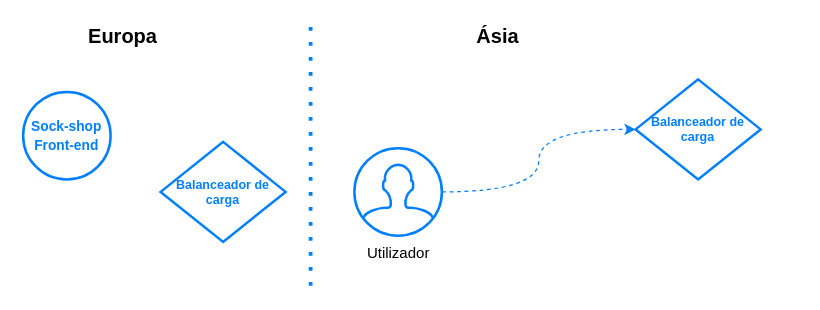
This is loadbalancer-limit.drawio from danielfct/master-thesis, a draw.io file, before an edit. Source tidied: cells renumbered, new cells numbered last; positions are measured from the earlier drawing's top-left corner, leaving out a move shared by most shapes. Both pictures are drawn from the tidied source at 125%, with x=0, y=0 at pixel (22, 22).
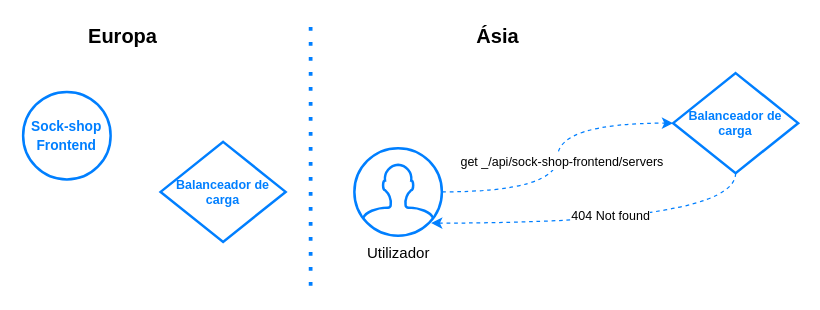
The same page after the edit.

Change to the diagram source:
```diff
@@
 <mxGraphModel>
   <root>
     <mxCell id="0" />
     <mxCell id="1" parent="0" />
     <mxCell id="2" style="endArrow=none;dashed=1;html=1;dashPattern=1 3;strokeWidth=3;strokeColor=#007FFF;" parent="1" edge="1">
       <mxGeometry relative="1" as="geometry">
         <mxPoint x="230" y="210" as="sourcePoint" />
         <mxPoint x="230" as="targetPoint" />
       </mxGeometry>
     </mxCell>
     <mxCell id="3" value="Europa" style="text;html=1;strokeColor=none;fillColor=none;align=center;verticalAlign=middle;whiteSpace=wrap;rounded=0;fontSize=16;fontStyle=1;" parent="1" vertex="1">
       <mxGeometry x="60" width="40" height="20" as="geometry" />
     </mxCell>
     <mxCell id="4" value="Ásia" style="text;html=1;strokeColor=none;fillColor=none;align=center;verticalAlign=middle;whiteSpace=wrap;rounded=0;fontStyle=1;fontSize=16;" parent="1" vertex="1">
       <mxGeometry x="360" width="40" height="20" as="geometry" />
     </mxCell>
     <mxCell id="5" style="edgeStyle=orthogonalEdgeStyle;rounded=0;jettySize=auto;html=1;curved=1;strokeColor=#007FFF;dashed=1;" parent="1" edge="1" source="6" target="7">
       <mxGeometry relative="1" as="geometry" />
     </mxCell>
+    <mxCell id="10" value="get _/api/sock-shop-frontend/servers" style="edgeLabel;html=1;align=center;verticalAlign=middle;fontSize=10;" parent="5" vertex="1">
+      <mxGeometry x="0.1" y="-7" relative="1" as="geometry">
+        <mxPoint x="-4.5" y="14.5" as="offset" />
+      </mxGeometry>
+    </mxCell>
     <mxCell id="6" value="Utilizador" style="html=1;verticalLabelPosition=bottom;align=center;labelBackgroundColor=#ffffff;verticalAlign=top;strokeWidth=2;shadow=0;dashed=0;shape=mxgraph.ios7.icons.user;strokeColor=#007FFF;" parent="1" vertex="1">
       <mxGeometry x="265" y="100" width="70" height="70" as="geometry" />
     </mxCell>
+    <mxCell id="11" style="edgeStyle=orthogonalEdgeStyle;curved=1;rounded=0;jettySize=auto;html=1;dashed=1;strokeColor=#007FFF;strokeWidth=1;fontSize=10;entryX=0.877;entryY=0.857;entryDx=0;entryDy=0;entryPerimeter=0;" parent="1" edge="1" source="7" target="6">
+      <mxGeometry relative="1" as="geometry">
+        <Array as="points">
+          <mxPoint x="570" y="160" />
+        </Array>
+      </mxGeometry>
+    </mxCell>
+    <mxCell id="12" value="404 Not found" style="edgeLabel;html=1;align=center;verticalAlign=middle;fontSize=10;" parent="11" vertex="1">
+      <mxGeometry x="-0.17" y="-6" relative="1" as="geometry">
+        <mxPoint x="-22.8" as="offset" />
+      </mxGeometry>
+    </mxCell>
     <mxCell id="7" value="&lt;b&gt;&lt;font color=&quot;#007fff&quot;&gt;Balanceador de carga&lt;/font&gt;&lt;/b&gt;" style="rhombus;whiteSpace=wrap;html=1;strokeWidth=2;fontSize=10;strokeColor=#007FFF;" parent="1" vertex="1">
-      <mxGeometry x="490" y="45" width="100" height="80" as="geometry" />
+      <mxGeometry x="520" y="40" width="100" height="80" as="geometry" />
     </mxCell>
     <mxCell id="8" value="&lt;b&gt;&lt;font color=&quot;#007fff&quot;&gt;Balanceador de carga&lt;/font&gt;&lt;/b&gt;" style="rhombus;whiteSpace=wrap;html=1;strokeWidth=2;fontSize=10;strokeColor=#007FFF;" parent="1" vertex="1">
       <mxGeometry x="110" y="95" width="100" height="80" as="geometry" />
     </mxCell>
-    <mxCell id="9" value="&lt;font size=&quot;1&quot; color=&quot;#007fff&quot;&gt;&lt;b style=&quot;font-size: 11px&quot;&gt;Sock-shop&lt;br&gt;Front-end&lt;/b&gt;&lt;/font&gt;" style="ellipse;whiteSpace=wrap;html=1;strokeWidth=2;strokeColor=#007FFF;" parent="1" vertex="1">
+    <mxCell id="9" value="&lt;font size=&quot;1&quot; color=&quot;#007fff&quot;&gt;&lt;b style=&quot;font-size: 11px&quot;&gt;Sock-shop&lt;br&gt;Frontend&lt;/b&gt;&lt;/font&gt;" style="ellipse;whiteSpace=wrap;html=1;strokeWidth=2;strokeColor=#007FFF;" parent="1" vertex="1">
       <mxGeometry y="55" width="70" height="70" as="geometry" />
     </mxCell>
   </root>
 </mxGraphModel>
```
